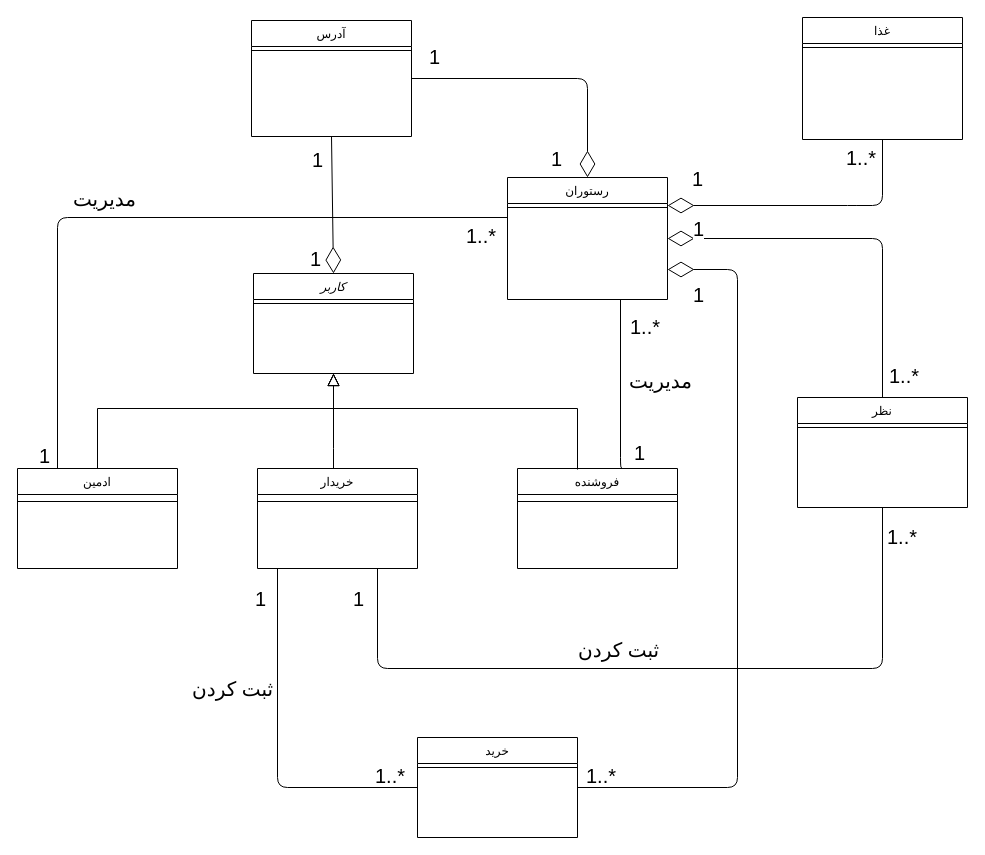
khoramian/TahDig_SoftwareEngineering keeps this draw.io diagram as Structural Modeling/class (diagram).drawio. Above is the earlier version. Source tidied: cells renumbered, new cells numbered last; positions are measured from the earlier drawing's top-left corner, leaving out a move shared by most shapes. Both pictures are drawn from the tidied source at 100%, with x=0, y=0 at pixel (17, 17).
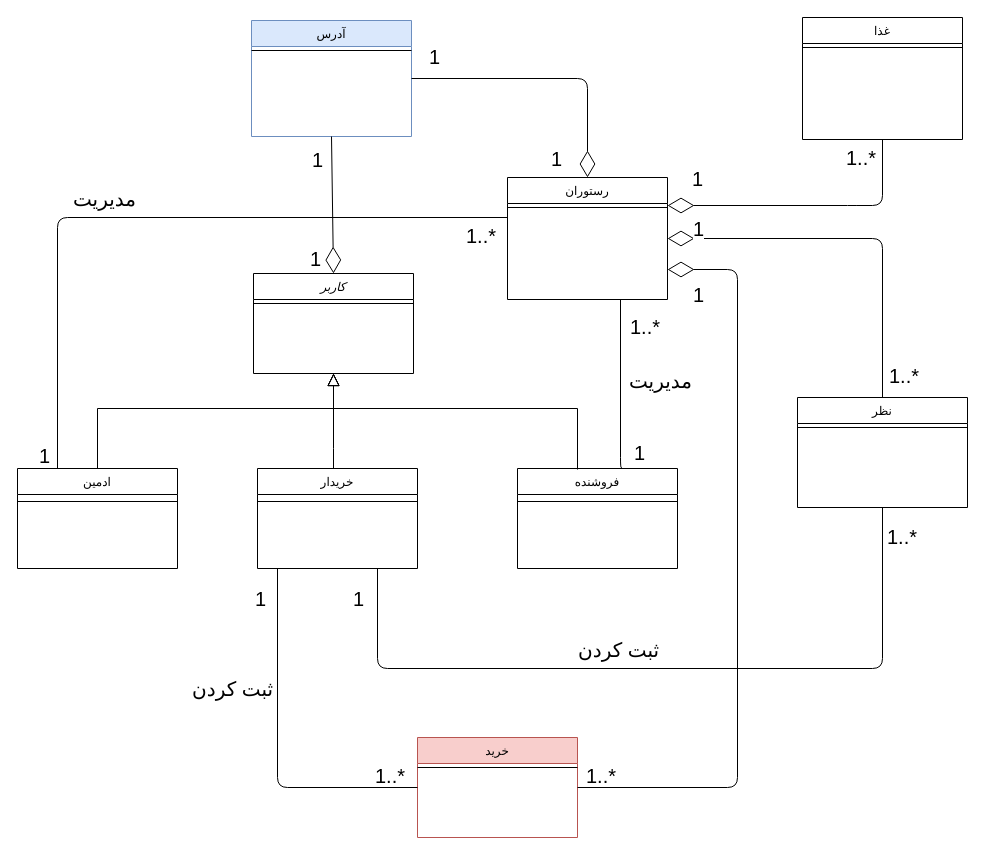
Above is the later version.

Change to the diagram source:
```diff
@@
-    <mxCell id="8" value="خرید" style="swimlane;fontStyle=0;align=center;verticalAlign=top;horizontal=1;startSize=26;rounded=0;shadow=0;strokeWidth=1;" parent="1" vertex="1">
+    <mxCell id="8" value="خرید" style="swimlane;fontStyle=0;align=center;verticalAlign=top;horizontal=1;startSize=26;rounded=0;shadow=0;strokeWidth=1;fillColor=#f8cecc;strokeColor=#b85450;" parent="1" vertex="1">
       <mxGeometry x="400" y="720" width="160" height="100" as="geometry" />
     </mxCell>
@@
-    <mxCell id="12" value="آدرس" style="swimlane;fontStyle=0;align=center;verticalAlign=top;horizontal=1;startSize=26;rounded=0;shadow=0;strokeWidth=1;" parent="1" vertex="1">
+    <mxCell id="12" value="آدرس" style="swimlane;fontStyle=0;align=center;verticalAlign=top;horizontal=1;startSize=26;rounded=0;shadow=0;strokeWidth=1;fillColor=#dae8fc;strokeColor=#6c8ebf;" parent="1" vertex="1">
       <mxGeometry x="234" y="3" width="160" height="116" as="geometry" />
     </mxCell>
```
